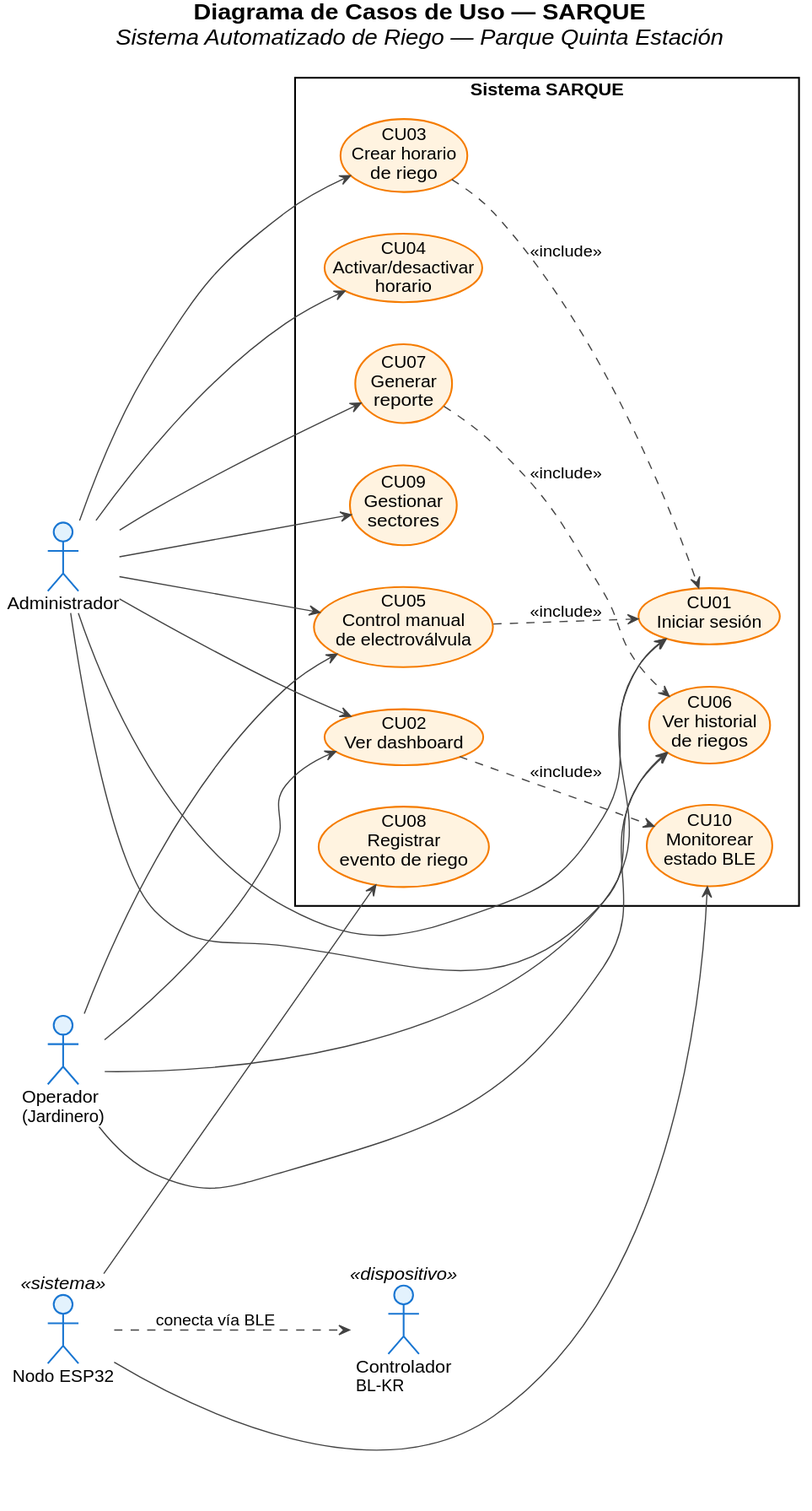
Jose12300552/quinta-verde-flow keeps this PlantUML diagram as diagramas/CasosDeUso_SARQUE.svg. Above is the earlier version. The source it was exported from:
```plantuml
@startuml CasosDeUso_SARQUE
skinparam backgroundColor #FFFFFF
skinparam actor {
  BackgroundColor #E3F2FD
  BorderColor #1976D2
}
skinparam usecase {
  BackgroundColor #FFF3E0
  BorderColor #F57C00
  ArrowColor #424242
}
skinparam packageStyle rectangle
skinparam shadowing false

title <b>Diagrama de Casos de Uso — SARQUE</b>\n<i>Sistema Automatizado de Riego — Parque Quinta Estación</i>

left to right direction

actor "Administrador" as Admin
actor "Operador\n(Jardinero)" as Op
actor "Nodo ESP32" as ESP <<sistema>>
actor "Controlador\nBL-KR" as BLKR <<dispositivo>>

rectangle "Sistema SARQUE" {
  usecase "CU01\nIniciar sesión" as CU01
  usecase "CU02\nVer dashboard" as CU02
  usecase "CU03\nCrear horario\nde riego" as CU03
  usecase "CU04\nActivar/desactivar\nhorario" as CU04
  usecase "CU05\nControl manual\nde electroválvula" as CU05
  usecase "CU06\nVer historial\nde riegos" as CU06
  usecase "CU07\nGenerar\nreporte" as CU07
  usecase "CU08\nRegistrar\nevento de riego" as CU08
  usecase "CU09\nGestionar\nsectores" as CU09
  usecase "CU10\nMonitorear\nestado BLE" as CU10
}

Admin --> CU01
Admin --> CU02
Admin --> CU03
Admin --> CU04
Admin --> CU05
Admin --> CU06
Admin --> CU07
Admin --> CU09

Op --> CU01
Op --> CU02
Op --> CU05
Op --> CU06

ESP --> CU08
ESP --> CU10
ESP ..> BLKR : conecta vía BLE

CU02 ..> CU10 : <<include>>
CU07 ..> CU06 : <<include>>
CU05 ..> CU01 : <<include>>
CU03 ..> CU01 : <<include>>

@enduml
```
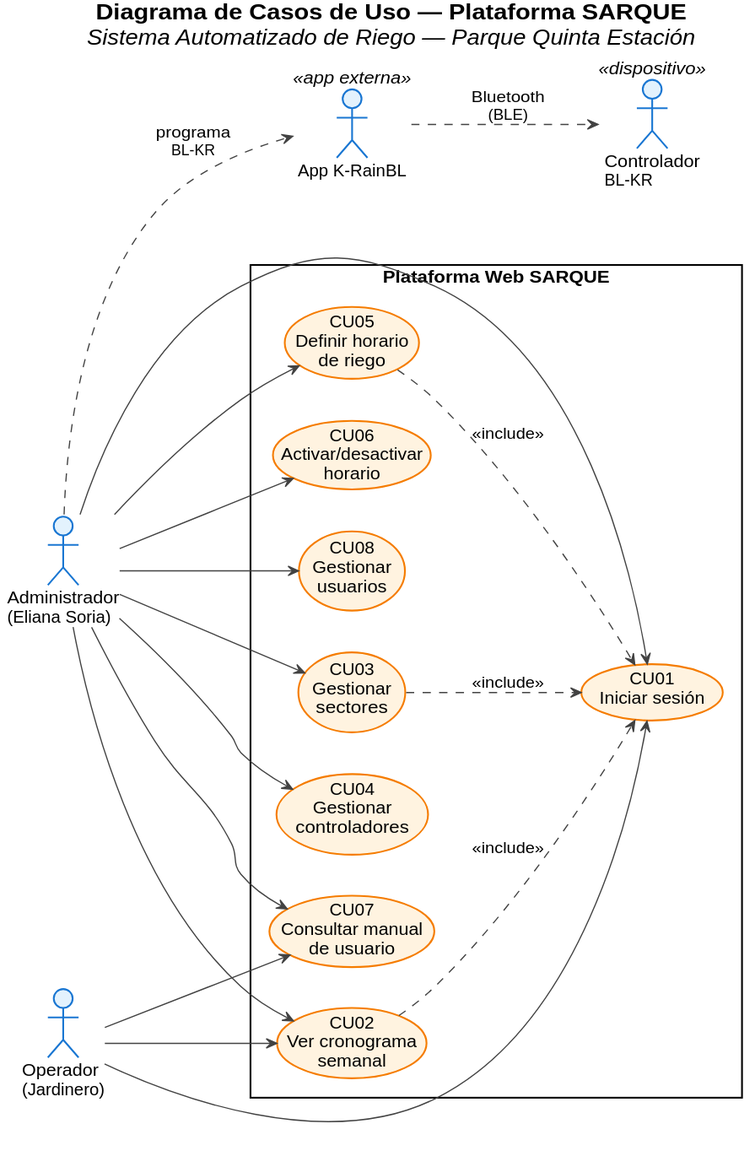
Above is the later version.

The edit, as a diff of the source:
```diff
@@ -12,26 +12,24 @@
 skinparam packageStyle rectangle
 skinparam shadowing false
 
-title <b>Diagrama de Casos de Uso — SARQUE</b>\n<i>Sistema Automatizado de Riego — Parque Quinta Estación</i>
+title <b>Diagrama de Casos de Uso — Plataforma SARQUE</b>\n<i>Sistema Automatizado de Riego — Parque Quinta Estación</i>
 
 left to right direction
 
-actor "Administrador" as Admin
+actor "Administrador\n(Eliana Soria)" as Admin
 actor "Operador\n(Jardinero)" as Op
-actor "Nodo ESP32" as ESP <<sistema>>
+actor "App K-RainBL" as KApp <<app externa>>
 actor "Controlador\nBL-KR" as BLKR <<dispositivo>>
 
-rectangle "Sistema SARQUE" {
+rectangle "Plataforma Web SARQUE" {
   usecase "CU01\nIniciar sesión" as CU01
-  usecase "CU02\nVer dashboard" as CU02
-  usecase "CU03\nCrear horario\nde riego" as CU03
-  usecase "CU04\nActivar/desactivar\nhorario" as CU04
-  usecase "CU05\nControl manual\nde electroválvula" as CU05
-  usecase "CU06\nVer historial\nde riegos" as CU06
-  usecase "CU07\nGenerar\nreporte" as CU07
-  usecase "CU08\nRegistrar\nevento de riego" as CU08
-  usecase "CU09\nGestionar\nsectores" as CU09
-  usecase "CU10\nMonitorear\nestado BLE" as CU10
+  usecase "CU02\nVer cronograma\nsemanal" as CU02
+  usecase "CU03\nGestionar\nsectores" as CU03
+  usecase "CU04\nGestionar\ncontroladores" as CU04
+  usecase "CU05\nDefinir horario\nde riego" as CU05
+  usecase "CU06\nActivar/desactivar\nhorario" as CU06
+  usecase "CU07\nConsultar manual\nde usuario" as CU07
+  usecase "CU08\nGestionar\nusuarios" as CU08
 }
 
 Admin --> CU01
@@ -41,20 +39,17 @@
 Admin --> CU05
 Admin --> CU06
 Admin --> CU07
-Admin --> CU09
+Admin --> CU08
 
 Op --> CU01
 Op --> CU02
-Op --> CU05
-Op --> CU06
+Op --> CU07
 
-ESP --> CU08
-ESP --> CU10
-ESP ..> BLKR : conecta vía BLE
+CU02 ..> CU01 : <<include>>
+CU03 ..> CU01 : <<include>>
+CU05 ..> CU01 : <<include>>
 
-CU02 ..> CU10 : <<include>>
-CU07 ..> CU06 : <<include>>
-CU05 ..> CU01 : <<include>>
-CU03 ..> CU01 : <<include>>
+Admin ..> KApp : programa\nBL-KR
+KApp ..> BLKR : Bluetooth\n(BLE)
 
 @enduml
```
